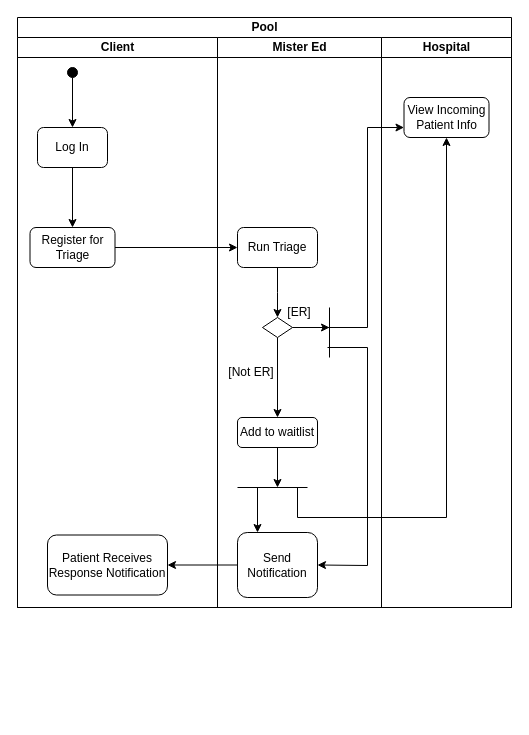
Earlier version of the draw.io diagram JustinWork/swimlane.drawio (SENG-350-2024-fall/Team9). Source tidied: cells renumbered, new cells numbered last; positions are measured from the earlier drawing's top-left corner, leaving out a move shared by most shapes. Both pictures are drawn from the tidied source at 100%, with x=0, y=0 at pixel (17, 17).
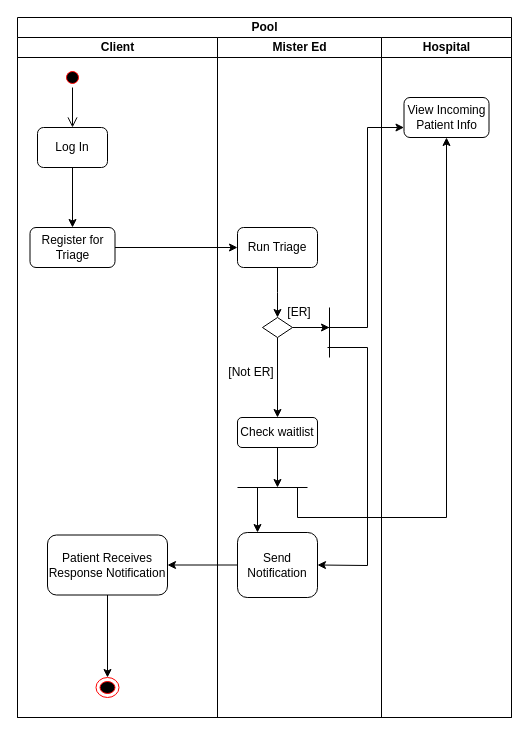
Above is the later version.

Unchanged cells that the change refers to:
```xml
<mxCell id="7" value="Log In" style="rounded=1;whiteSpace=wrap;html=1;" parent="3" vertex="1">
  <mxGeometry x="20" y="90" width="70" height="40" as="geometry" />
</mxCell>
<mxCell id="9" value="Patient Receives Response Notification" style="rounded=1;whiteSpace=wrap;html=1;" parent="3" vertex="1">
  <mxGeometry x="30" y="497.5" width="120" height="60" as="geometry" />
</mxCell>
```

What changed in the source:
```diff
@@
     <mxCell id="2" value="Pool" style="swimlane;startSize=20;html=1;" parent="1" vertex="1">
-      <mxGeometry width="494" height="590" as="geometry" />
+      <mxGeometry width="494" height="700" as="geometry" />
     </mxCell>
     <mxCell id="3" value="Client" style="swimlane;startSize=20;html=1;" parent="2" vertex="1">
-      <mxGeometry y="20" width="200" height="570" as="geometry" />
+      <mxGeometry y="20" width="200" height="680" as="geometry" />
     </mxCell>
-    <mxCell id="4" style="edgeStyle=orthogonalEdgeStyle;rounded=0;jettySize=auto;html=1;" parent="3" edge="1" source="5" target="7">
-      <mxGeometry relative="1" as="geometry" />
-    </mxCell>
-    <mxCell id="5" style="ellipse;whiteSpace=wrap;html=1;fillColor=#000000;" parent="3" vertex="1">
-      <mxGeometry x="50" y="30" width="10" height="10" as="geometry" />
-    </mxCell>
@@
+    <mxCell id="31" style="ellipse;html=1;shape=startState;fillColor=#000000;strokeColor=#ff0000;" parent="3" vertex="1">
+      <mxGeometry x="45" y="30" width="20" height="20" as="geometry" />
+    </mxCell>
+    <mxCell id="32" style="edgeStyle=orthogonalEdgeStyle;html=1;verticalAlign=bottom;endArrow=open;endSize=8;strokeColor=#000000;rounded=0;entryX=0.5;entryY=0;entryDx=0;entryDy=0;" parent="3" edge="1" source="31" target="7">
+      <mxGeometry relative="1" as="geometry" />
+    </mxCell>
+    <mxCell id="33" style="ellipse;html=1;shape=endState;fillColor=#000000;strokeColor=#ff0000;" parent="3" vertex="1">
+      <mxGeometry x="78.5" y="640" width="23" height="20" as="geometry" />
+    </mxCell>
+    <mxCell id="34" style="edgeStyle=orthogonalEdgeStyle;rounded=0;jettySize=auto;html=1;exitX=0.5;exitY=1;exitDx=0;exitDy=0;entryX=0.5;entryY=0;entryDx=0;entryDy=0;" parent="3" edge="1" source="9" target="33">
+      <mxGeometry relative="1" as="geometry" />
+    </mxCell>
     <mxCell id="10" value="Mister Ed" style="swimlane;startSize=20;html=1;" parent="2" vertex="1">
-      <mxGeometry x="200" y="20" width="164" height="570" as="geometry" />
+      <mxGeometry x="200" y="20" width="164" height="680" as="geometry" />
     </mxCell>
@@
-    <mxCell id="13" value="Add to waitlist" style="rounded=1;whiteSpace=wrap;html=1;" parent="10" vertex="1">
+    <mxCell id="13" value="Check waitlist" style="rounded=1;whiteSpace=wrap;html=1;" parent="10" vertex="1">
       <mxGeometry x="20" y="380" width="80" height="30" as="geometry" />
     </mxCell>
@@
     <mxCell id="22" value="Hospital" style="swimlane;startSize=20;html=1;" parent="2" vertex="1">
-      <mxGeometry x="364" y="20" width="130" height="570" as="geometry" />
+      <mxGeometry x="364" y="20" width="130" height="680" as="geometry" />
     </mxCell>
```
